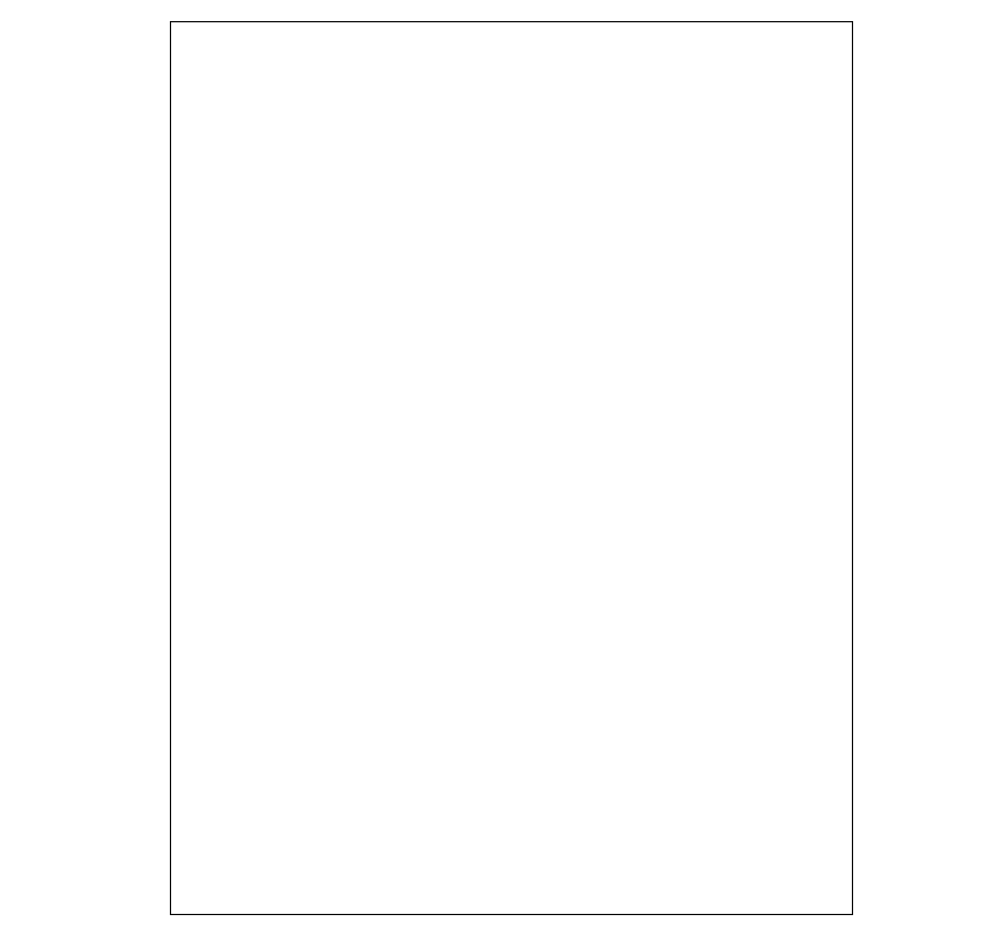
Before: Untitled Diagram.drawio in WSU-4110/TeamFitness, a draw.io diagram. Source tidied: cells renumbered, new cells numbered last; positions are measured from the earlier drawing's top-left corner, leaving out a move shared by most shapes. Both pictures are drawn from the tidied source at 124%, with x=0, y=0 at pixel (170, 21).
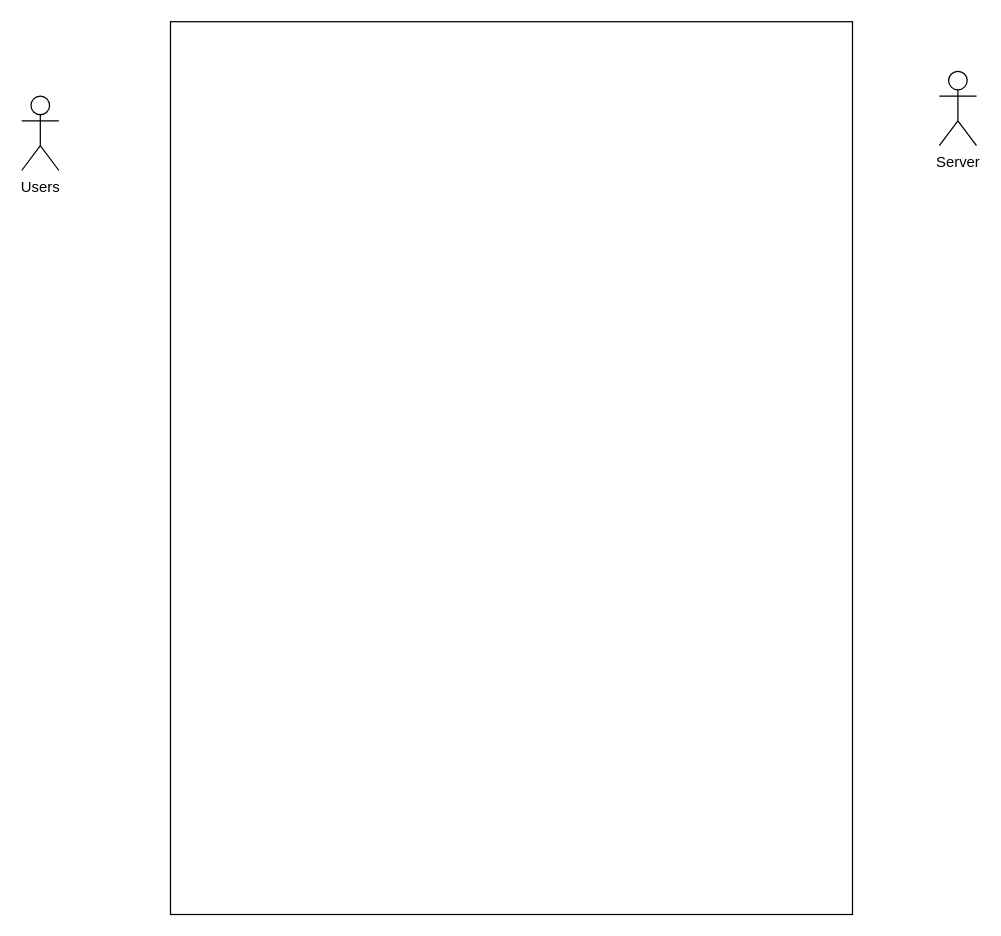
After the change.

The edit, as a diff of the source:
```diff
@@
 <mxGraphModel>
   <root>
     <mxCell id="0" />
     <mxCell id="1" parent="0" />
     <mxCell id="2" style="rounded=0;whiteSpace=wrap;html=1;direction=south;" parent="1" vertex="1">
       <mxGeometry width="550" height="720" as="geometry" />
     </mxCell>
+    <mxCell id="3" value="Users" style="shape=umlActor;verticalLabelPosition=bottom;verticalAlign=top;html=1;" parent="1" vertex="1">
+      <mxGeometry x="-120" y="60" width="30" height="60" as="geometry" />
+    </mxCell>
+    <mxCell id="4" value="Server" style="shape=umlActor;verticalLabelPosition=bottom;verticalAlign=top;html=1;" parent="1" vertex="1">
+      <mxGeometry x="620" y="40" width="30" height="60" as="geometry" />
+    </mxCell>
   </root>
 </mxGraphModel>
```
